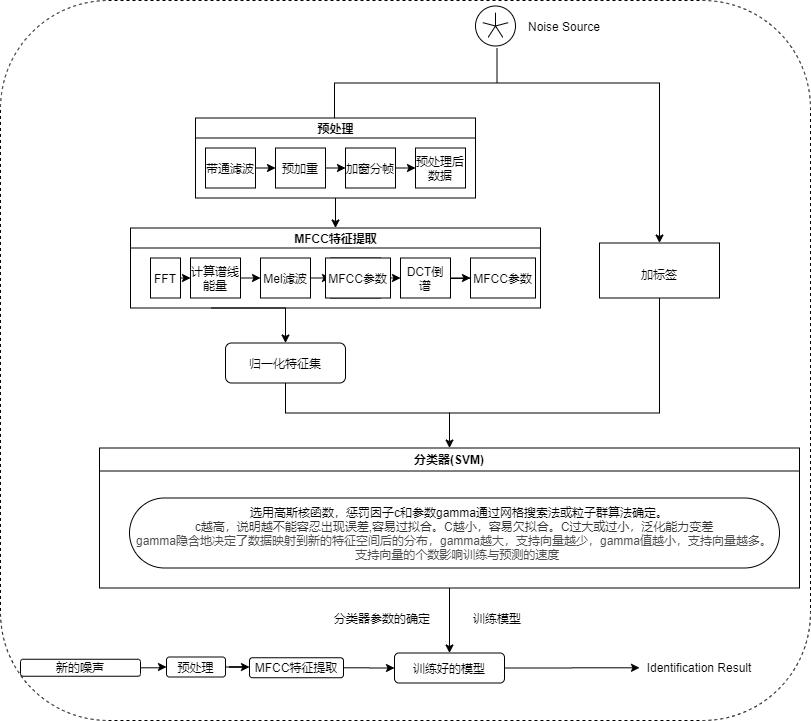
This is 声源识别框架.png from lhwjsj/Diagram, a draw.io export, as it was before one commit. Source tidied: cells renumbered, new cells last; positions are measured from the earlier drawing's top-left corner, leaving out a move shared by most shapes. Source of this version:
```xml
<mxGraphModel background="#ffffff">
  <root>
    <mxCell id="0" />
    <mxCell id="1" parent="0" />
    <mxCell id="2" style="rounded=1;whiteSpace=wrap;html=1;dashed=1;" parent="1" vertex="1">
      <mxGeometry y="80" width="810" height="720" as="geometry" />
    </mxCell>
    <mxCell id="3" style="edgeStyle=orthogonalEdgeStyle;rounded=0;jettySize=auto;html=1;exitX=0.5;exitY=1;exitDx=0;exitDy=0;entryX=0.5;entryY=0;entryDx=0;entryDy=0;endFill=1;" parent="1" edge="1" source="4" target="40">
      <mxGeometry relative="1" as="geometry" />
    </mxCell>
    <mxCell id="4" value="分类器(SVM)" style="swimlane;strokeWidth=1;" parent="1" vertex="1">
      <mxGeometry x="99" y="527.5" width="700" height="140" as="geometry" />
    </mxCell>
    <mxCell id="5" value="&lt;div&gt;&amp;nbsp; &amp;nbsp;选用高斯核函数，惩罚因子c和参数gamma通过网格搜索法或粒子群算法确定。&lt;/div&gt;&lt;div&gt;&lt;span style=&quot;color: rgb(51 , 51 , 51) ; font-family: &amp;#34;arial&amp;#34; ; background-color: rgb(255 , 255 , 255)&quot;&gt;c越高，说明越不能容忍出现误差,容易过拟合。C越小，容易欠拟合。C过大或过小，泛化能力变差&lt;/span&gt;&lt;/div&gt;&lt;span style=&quot;color: rgb(77 , 77 , 77) ; font-family: &amp;#34;arial&amp;#34; ; background-color: rgb(255 , 255 , 255)&quot;&gt;gamma隐含地决定了数据映射到新的特征空间后的分布，gamma越大，支持向量越少，gamma值越小，支持向量越多。&lt;br&gt;&lt;div&gt;&amp;nbsp; 支持向量的个数影响训练与预测的速度&lt;/div&gt;&lt;/span&gt;" style="whiteSpace=wrap;html=1;rounded=1;arcSize=50;align=center;verticalAlign=middle;strokeWidth=1;spacing=4;newEdgeStyle={&quot;edgeStyle&quot;:&quot;entityRelationEdgeStyle&quot;,&quot;startArrow&quot;:&quot;none&quot;,&quot;endArrow&quot;:&quot;none&quot;,&quot;segment&quot;:10,&quot;curved&quot;:1};" parent="4" vertex="1">
      <mxGeometry x="30" y="50" width="650" height="70" as="geometry" />
    </mxCell>
    <mxCell id="6" style="edgeStyle=none;rounded=0;orthogonalLoop=1;jettySize=auto;html=1;exitX=1;exitY=0.5;exitDx=0;exitDy=0;endArrow=none;endFill=0;" parent="4" edge="1">
      <mxGeometry relative="1" as="geometry">
        <mxPoint x="70" y="110" as="sourcePoint" />
        <mxPoint x="70" y="110" as="targetPoint" />
      </mxGeometry>
    </mxCell>
    <mxCell id="7" style="edgeStyle=none;rounded=0;jettySize=auto;html=1;exitX=0.5;exitY=1;exitDx=0;exitDy=0;entryX=0.5;entryY=0;entryDx=0;entryDy=0;endArrow=classic;endFill=1;" parent="1" edge="1" source="8" target="18">
      <mxGeometry relative="1" as="geometry" />
    </mxCell>
    <mxCell id="8" value="预处理" style="swimlane;html=1;startSize=20;horizontal=1;containerType=tree;" parent="1" vertex="1">
      <mxGeometry x="195" y="197.5" width="280" height="80" as="geometry" />
    </mxCell>
    <mxCell id="9" style="edgeStyle=orthogonalEdgeStyle;rounded=0;jettySize=auto;html=1;exitX=1;exitY=0.5;exitDx=0;exitDy=0;entryX=0;entryY=0.5;entryDx=0;entryDy=0;" parent="1" edge="1" source="10" target="12">
      <mxGeometry relative="1" as="geometry" />
    </mxCell>
    <mxCell id="10" value="带通滤波" style="whiteSpace=wrap;html=1;" parent="1" vertex="1">
      <mxGeometry x="205" y="227.5" width="50" height="40" as="geometry" />
    </mxCell>
    <mxCell id="11" style="edgeStyle=orthogonalEdgeStyle;rounded=0;jettySize=auto;html=1;exitX=1;exitY=0.5;exitDx=0;exitDy=0;entryX=0;entryY=0.5;entryDx=0;entryDy=0;" parent="1" edge="1" source="12" target="14">
      <mxGeometry relative="1" as="geometry" />
    </mxCell>
    <mxCell id="12" value="预加重" style="whiteSpace=wrap;html=1;" parent="1" vertex="1">
      <mxGeometry x="275" y="227.5" width="50" height="40" as="geometry" />
    </mxCell>
    <mxCell id="13" style="edgeStyle=orthogonalEdgeStyle;rounded=0;jettySize=auto;html=1;exitX=1;exitY=0.5;exitDx=0;exitDy=0;entryX=0;entryY=0.5;entryDx=0;entryDy=0;" parent="1" edge="1" source="14" target="15">
      <mxGeometry relative="1" as="geometry" />
    </mxCell>
    <mxCell id="14" value="加窗分帧" style="whiteSpace=wrap;html=1;" parent="1" vertex="1">
      <mxGeometry x="345" y="227.5" width="50" height="40" as="geometry" />
    </mxCell>
    <mxCell id="15" value="预处理后数据" style="whiteSpace=wrap;html=1;" parent="1" vertex="1">
      <mxGeometry x="415" y="227.5" width="50" height="40" as="geometry" />
    </mxCell>
    <mxCell id="16" style="verticalLabelPosition=bottom;shadow=0;dashed=0;align=center;html=1;verticalAlign=top;shape=mxgraph.electrical.signal_sources.noise_source;" parent="1" vertex="1">
      <mxGeometry x="475" y="85.5" width="40" height="40" as="geometry" />
    </mxCell>
    <mxCell id="17" style="edgeStyle=orthogonalEdgeStyle;rounded=0;jettySize=auto;html=1;endFill=1;" parent="1" edge="1" target="44">
      <mxGeometry relative="1" as="geometry">
        <mxPoint x="211" y="387.5" as="sourcePoint" />
      </mxGeometry>
    </mxCell>
    <mxCell id="18" value="MFCC特征提取" style="swimlane;html=1;startSize=20;horizontal=1;containerType=tree;" parent="1" vertex="1">
      <mxGeometry x="130" y="307.5" width="410" height="80" as="geometry" />
    </mxCell>
    <mxCell id="19" value="计算谱线能量" style="whiteSpace=wrap;html=1;" parent="1" vertex="1">
      <mxGeometry x="190" y="337.5" width="50" height="40" as="geometry" />
    </mxCell>
    <mxCell id="20" value="Mel滤波" style="whiteSpace=wrap;html=1;" parent="1" vertex="1">
      <mxGeometry x="260" y="337.5" width="50" height="40" as="geometry" />
    </mxCell>
    <mxCell id="21" style="edgeStyle=orthogonalEdgeStyle;rounded=0;jettySize=auto;html=1;exitX=1;exitY=0.5;exitDx=0;exitDy=0;entryX=0;entryY=0.5;entryDx=0;entryDy=0;" parent="1" edge="1" source="19" target="20">
      <mxGeometry relative="1" as="geometry" />
    </mxCell>
    <mxCell id="22" value="计算对数能量" style="whiteSpace=wrap;html=1;" parent="1" vertex="1">
      <mxGeometry x="330" y="337.5" width="50" height="40" as="geometry" />
    </mxCell>
    <mxCell id="23" style="edgeStyle=orthogonalEdgeStyle;rounded=0;jettySize=auto;html=1;exitX=1;exitY=0.5;exitDx=0;exitDy=0;entryX=0;entryY=0.5;entryDx=0;entryDy=0;" parent="1" edge="1" source="20" target="22">
      <mxGeometry relative="1" as="geometry" />
    </mxCell>
    <mxCell id="24" value="DCT倒谱" style="whiteSpace=wrap;html=1;" parent="1" vertex="1">
      <mxGeometry x="400" y="337.5" width="50" height="40" as="geometry" />
    </mxCell>
    <mxCell id="25" style="edgeStyle=orthogonalEdgeStyle;rounded=0;jettySize=auto;html=1;exitX=1;exitY=0.5;exitDx=0;exitDy=0;entryX=0;entryY=0.5;entryDx=0;entryDy=0;" parent="1" edge="1" source="22" target="24">
      <mxGeometry relative="1" as="geometry" />
    </mxCell>
    <mxCell id="26" style="edgeStyle=none;rounded=0;jettySize=auto;html=1;endArrow=none;endFill=0;" parent="1" edge="1" source="27">
      <mxGeometry relative="1" as="geometry">
        <mxPoint x="450" y="358" as="targetPoint" />
      </mxGeometry>
    </mxCell>
    <mxCell id="27" value="MFCC参数" style="whiteSpace=wrap;html=1;" parent="1" vertex="1">
      <mxGeometry x="470" y="337.5" width="65" height="40" as="geometry" />
    </mxCell>
    <mxCell id="28" style="edgeStyle=orthogonalEdgeStyle;rounded=0;jettySize=auto;html=1;exitX=1;exitY=0.5;exitDx=0;exitDy=0;entryX=0;entryY=0.5;entryDx=0;entryDy=0;" parent="1" edge="1" source="24" target="27">
      <mxGeometry relative="1" as="geometry" />
    </mxCell>
    <mxCell id="29" style="edgeStyle=orthogonalEdgeStyle;rounded=0;jettySize=auto;html=1;exitX=1;exitY=0.5;exitDx=0;exitDy=0;entryX=0;entryY=0.5;entryDx=0;entryDy=0;" parent="1" edge="1" source="30" target="19">
      <mxGeometry relative="1" as="geometry" />
    </mxCell>
    <mxCell id="30" value="FFT" style="whiteSpace=wrap;html=1;" parent="1" vertex="1">
      <mxGeometry x="150" y="337.5" width="30" height="40" as="geometry" />
    </mxCell>
    <mxCell id="31" value="MFCC参数" style="whiteSpace=wrap;html=1;" parent="1" vertex="1">
      <mxGeometry x="325" y="337.5" width="65" height="40" as="geometry" />
    </mxCell>
    <mxCell id="32" style="edgeStyle=orthogonalEdgeStyle;rounded=0;jettySize=auto;html=1;exitX=1;exitY=0;exitDx=0;exitDy=0;entryX=0.5;entryY=0;entryDx=0;entryDy=0;endFill=1;exitPerimeter=0;" parent="1" edge="1" source="36" target="34">
      <mxGeometry relative="1" as="geometry" />
    </mxCell>
    <mxCell id="33" style="edgeStyle=orthogonalEdgeStyle;rounded=0;jettySize=auto;html=1;exitX=0.5;exitY=1;exitDx=0;exitDy=0;endFill=0;endArrow=none;" parent="1" edge="1" source="34">
      <mxGeometry relative="1" as="geometry">
        <mxPoint x="449" y="522.5" as="targetPoint" />
        <Array as="points">
          <mxPoint x="659" y="492.5" />
          <mxPoint x="449" y="492.5" />
        </Array>
      </mxGeometry>
    </mxCell>
    <mxCell id="34" style="rounded=0;whiteSpace=wrap;html=1;strokeWidth=1;" parent="1" vertex="1">
      <mxGeometry x="599" y="322.5" width="120" height="55" as="geometry" />
    </mxCell>
    <mxCell id="35" value="加标签" style="text;html=1;strokeColor=none;fillColor=none;align=center;verticalAlign=middle;whiteSpace=wrap;rounded=0;" parent="1" vertex="1">
      <mxGeometry x="639" y="343.5" width="40" height="20" as="geometry" />
    </mxCell>
    <mxCell id="36" style="strokeWidth=1;html=1;shape=mxgraph.flowchart.annotation_2;align=left;labelPosition=right;rotation=90;" parent="1" vertex="1">
      <mxGeometry x="461.5" width="70" height="325" as="geometry" />
    </mxCell>
    <mxCell id="37" value="分类器参数的确定" style="text;html=1;strokeColor=none;fillColor=none;align=center;verticalAlign=middle;whiteSpace=wrap;rounded=0;" parent="1" vertex="1">
      <mxGeometry x="330" y="682.5" width="104" height="30" as="geometry" />
    </mxCell>
    <mxCell id="38" value="训练模型" style="text;html=1;strokeColor=none;fillColor=none;align=center;verticalAlign=middle;whiteSpace=wrap;rounded=0;" parent="1" vertex="1">
      <mxGeometry x="470" y="687.5" width="54" height="20" as="geometry" />
    </mxCell>
    <mxCell id="39" style="edgeStyle=orthogonalEdgeStyle;rounded=0;jettySize=auto;html=1;endFill=1;" parent="1" edge="1" source="40" target="50">
      <mxGeometry relative="1" as="geometry" />
    </mxCell>
    <mxCell id="40" value="训练好的模型" style="rounded=1;whiteSpace=wrap;html=1;strokeWidth=1;align=center;" parent="1" vertex="1">
      <mxGeometry x="394" y="732.5" width="110" height="30" as="geometry" />
    </mxCell>
    <mxCell id="41" style="edgeStyle=orthogonalEdgeStyle;rounded=0;jettySize=auto;html=1;entryX=0;entryY=0.5;entryDx=0;entryDy=0;endFill=1;" parent="1" edge="1" source="42" target="47">
      <mxGeometry relative="1" as="geometry" />
    </mxCell>
    <mxCell id="42" value="新的噪声" style="rounded=1;whiteSpace=wrap;html=1;strokeWidth=1;align=center;" parent="1" vertex="1">
      <mxGeometry x="20" y="738.8" width="120" height="17" as="geometry" />
    </mxCell>
    <mxCell id="43" style="edgeStyle=orthogonalEdgeStyle;rounded=0;jettySize=auto;html=1;endFill=1;" parent="1" edge="1" source="44" target="4">
      <mxGeometry relative="1" as="geometry">
        <Array as="points">
          <mxPoint x="285" y="492.5" />
          <mxPoint x="449" y="492.5" />
        </Array>
      </mxGeometry>
    </mxCell>
    <mxCell id="44" value="归一化特征集" style="rounded=1;whiteSpace=wrap;html=1;" parent="1" vertex="1">
      <mxGeometry x="225" y="422.5" width="120" height="40" as="geometry" />
    </mxCell>
    <mxCell id="45" value="Noise Source" style="text;html=1;strokeColor=none;fillColor=none;align=center;verticalAlign=middle;whiteSpace=wrap;rounded=0;" parent="1" vertex="1">
      <mxGeometry x="524" y="95.5" width="80" height="20" as="geometry" />
    </mxCell>
    <mxCell id="46" style="edgeStyle=orthogonalEdgeStyle;rounded=0;jettySize=auto;html=1;entryX=0;entryY=0.463;entryDx=0;entryDy=0;entryPerimeter=0;endFill=1;" parent="1" edge="1" source="47" target="49">
      <mxGeometry relative="1" as="geometry" />
    </mxCell>
    <mxCell id="47" value="预处理" style="rounded=1;whiteSpace=wrap;html=1;strokeWidth=1;align=center;" parent="1" vertex="1">
      <mxGeometry x="166" y="736.5" width="59" height="20" as="geometry" />
    </mxCell>
    <mxCell id="48" style="edgeStyle=orthogonalEdgeStyle;rounded=0;jettySize=auto;html=1;entryX=0;entryY=0.5;entryDx=0;entryDy=0;endFill=1;" parent="1" edge="1" source="49" target="40">
      <mxGeometry relative="1" as="geometry" />
    </mxCell>
    <mxCell id="49" value="MFCC特征提取" style="rounded=1;whiteSpace=wrap;html=1;strokeWidth=1;align=center;" parent="1" vertex="1">
      <mxGeometry x="249" y="737.2" width="94" height="20" as="geometry" />
    </mxCell>
    <mxCell id="50" value="Identification Result" style="text;html=1;strokeColor=none;fillColor=none;align=center;verticalAlign=middle;whiteSpace=wrap;rounded=0;" parent="1" vertex="1">
      <mxGeometry x="639" y="734.8" width="120" height="25" as="geometry" />
    </mxCell>
  </root>
</mxGraphModel>
```
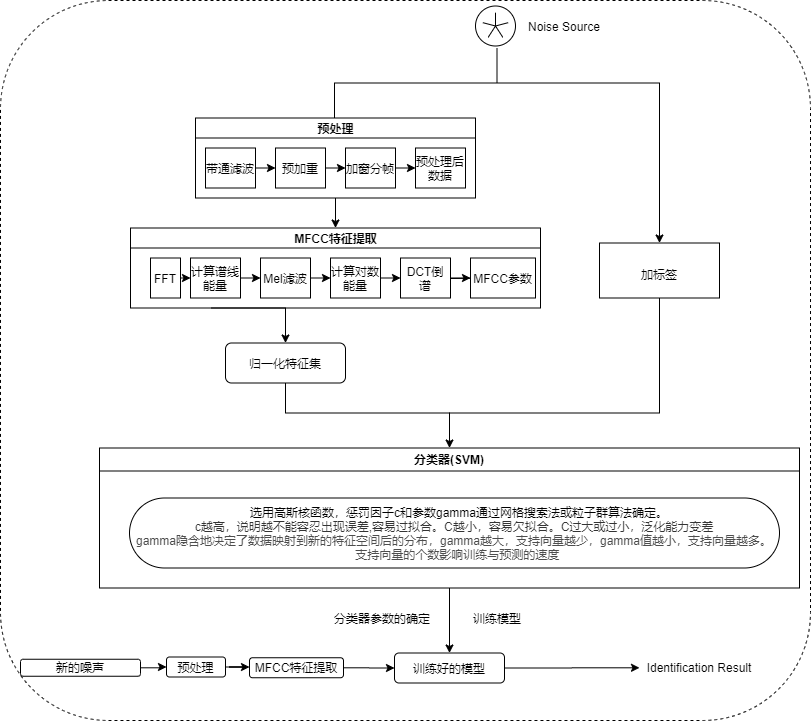
Later version of the same file.

Commit message:
Update 声源识别框架.png

Diff of the diagram source:
```diff
@@ -96,9 +96,6 @@
     <mxCell id="30" value="FFT" style="whiteSpace=wrap;html=1;" parent="1" vertex="1">
       <mxGeometry x="150" y="337.5" width="30" height="40" as="geometry" />
     </mxCell>
-    <mxCell id="31" value="MFCC参数" style="whiteSpace=wrap;html=1;" parent="1" vertex="1">
-      <mxGeometry x="325" y="337.5" width="65" height="40" as="geometry" />
-    </mxCell>
     <mxCell id="32" style="edgeStyle=orthogonalEdgeStyle;rounded=0;jettySize=auto;html=1;exitX=1;exitY=0;exitDx=0;exitDy=0;entryX=0.5;entryY=0;entryDx=0;entryDy=0;endFill=1;exitPerimeter=0;" parent="1" edge="1" source="36" target="34">
       <mxGeometry relative="1" as="geometry" />
     </mxCell>
```
